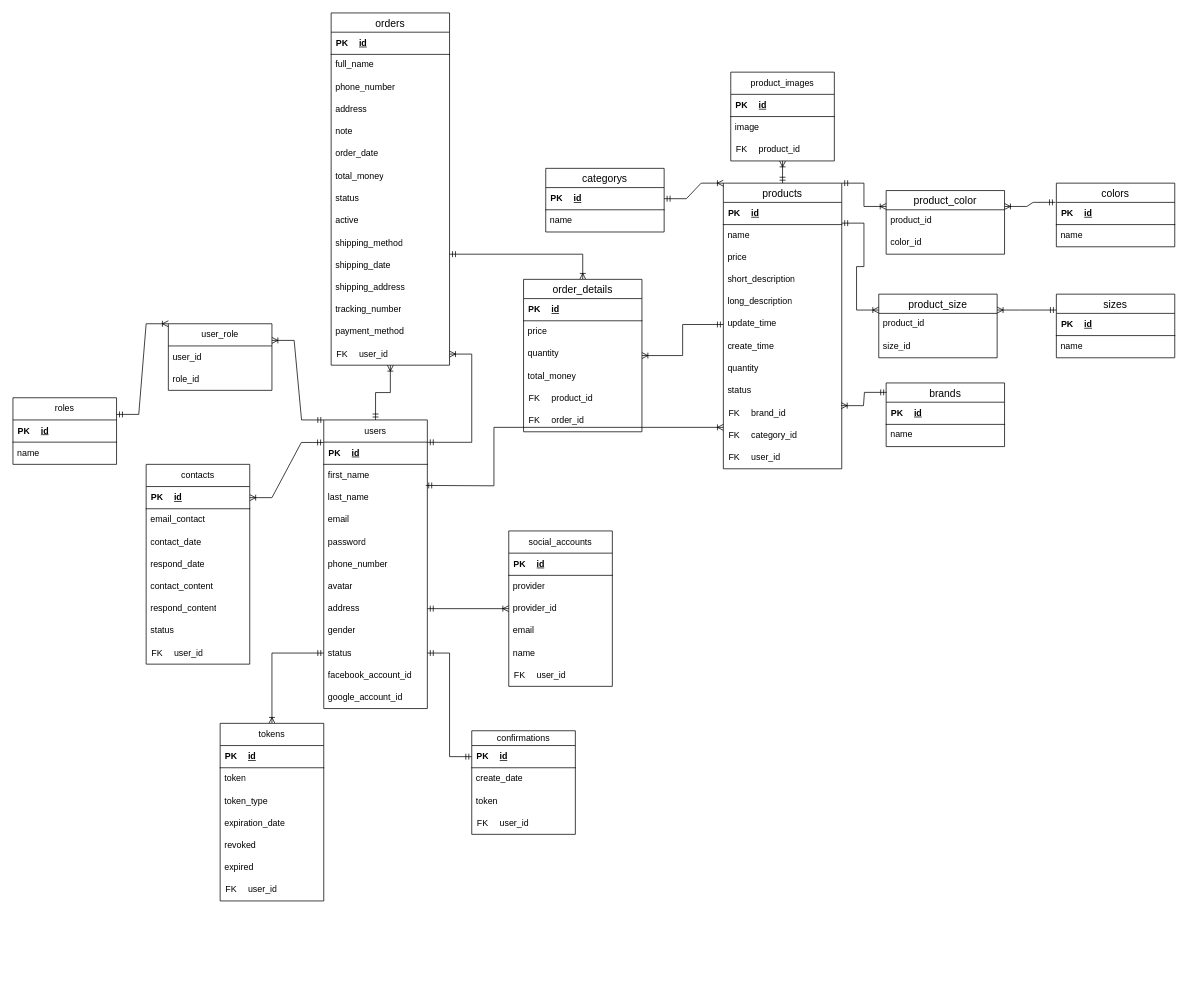
Dangnhhe161726/shop-online keeps this draw.io diagram as shop-online/Biểu đồ không có tiêu đề.drawio. Above is the earlier version. Source tidied: cells renumbered, new cells numbered last; positions are measured from the earlier drawing's top-left corner, leaving out a move shared by most shapes. Both pictures are drawn from the tidied source at 74%, with x=0, y=0 at pixel (13, -176).
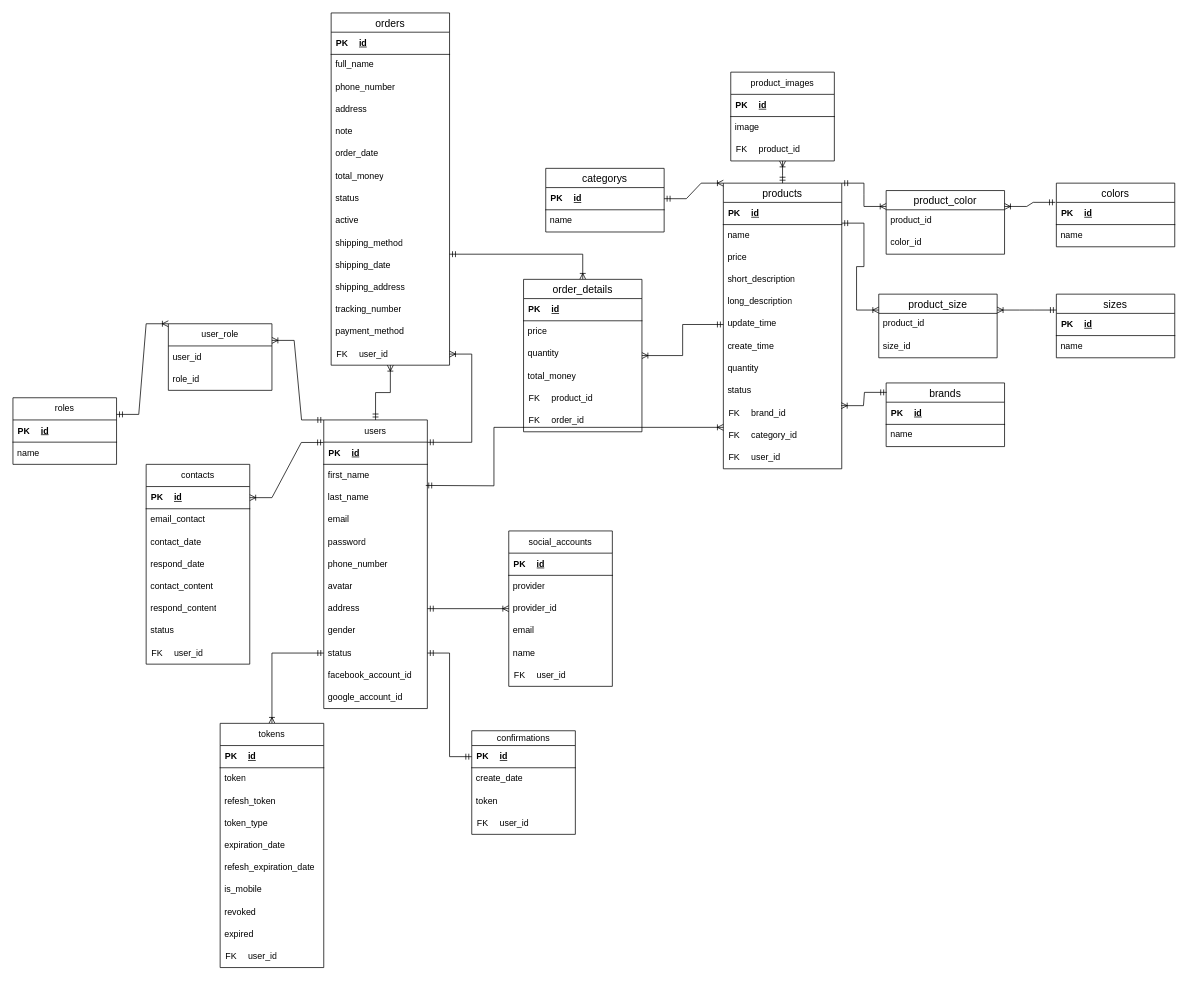
The same diagram, later.

Commit message:
update table token

Diff of the diagram source:
```diff
@@
     <mxCell id="170" value="tokens" style="swimlane;fontStyle=0;horizontal=1;startSize=30;whiteSpace=wrap;html=1;" parent="1" vertex="1">
-      <mxGeometry x="280" y="1215" width="140" height="240" as="geometry" />
+      <mxGeometry x="280" y="1215" width="140" height="330" as="geometry" />
     </mxCell>
@@
+    <mxCell id="199" value="refesh_token" style="text;strokeColor=none;fillColor=none;align=left;verticalAlign=middle;spacingLeft=4;spacingRight=4;overflow=hidden;whiteSpace=wrap;html=1;" parent="170" vertex="1">
+      <mxGeometry y="90" width="140" height="30" as="geometry" />
+    </mxCell>
     <mxCell id="176" value="token_type" style="text;strokeColor=none;fillColor=none;align=left;verticalAlign=middle;spacingLeft=4;spacingRight=4;overflow=hidden;whiteSpace=wrap;html=1;" parent="170" vertex="1">
-      <mxGeometry y="90" width="140" height="30" as="geometry" />
+      <mxGeometry y="120" width="140" height="30" as="geometry" />
     </mxCell>
     <mxCell id="177" value="expiration_date" style="text;strokeColor=none;fillColor=none;align=left;verticalAlign=middle;spacingLeft=4;spacingRight=4;overflow=hidden;whiteSpace=wrap;html=1;" parent="170" vertex="1">
-      <mxGeometry y="120" width="140" height="30" as="geometry" />
+      <mxGeometry y="150" width="140" height="30" as="geometry" />
     </mxCell>
+    <mxCell id="200" value="refesh_expiration_date" style="text;strokeColor=none;fillColor=none;align=left;verticalAlign=middle;spacingLeft=4;spacingRight=4;overflow=hidden;whiteSpace=wrap;html=1;" parent="170" vertex="1">
+      <mxGeometry y="180" width="140" height="30" as="geometry" />
+    </mxCell>
+    <mxCell id="201" value="is_mobile" style="text;strokeColor=none;fillColor=none;align=left;verticalAlign=middle;spacingLeft=4;spacingRight=4;overflow=hidden;whiteSpace=wrap;html=1;" parent="170" vertex="1">
+      <mxGeometry y="210" width="140" height="30" as="geometry" />
+    </mxCell>
     <mxCell id="178" value="revoked" style="text;strokeColor=none;fillColor=none;align=left;verticalAlign=middle;spacingLeft=4;spacingRight=4;overflow=hidden;whiteSpace=wrap;html=1;" parent="170" vertex="1">
-      <mxGeometry y="150" width="140" height="30" as="geometry" />
+      <mxGeometry y="240" width="140" height="30" as="geometry" />
     </mxCell>
     <mxCell id="179" value="expired" style="text;strokeColor=none;fillColor=none;align=left;verticalAlign=middle;spacingLeft=4;spacingRight=4;overflow=hidden;whiteSpace=wrap;html=1;" parent="170" vertex="1">
-      <mxGeometry y="180" width="140" height="30" as="geometry" />
+      <mxGeometry y="270" width="140" height="30" as="geometry" />
     </mxCell>
     <mxCell id="180" style="shape=table;startSize=0;childLayout=tableLayout;rowLines=0;fontStyle=0;align=center;strokeColor=none;fillColor=none;" parent="170" vertex="1">
-      <mxGeometry y="210" width="140" height="30" as="geometry" />
+      <mxGeometry y="300" width="140" height="30" as="geometry" />
     </mxCell>
```
